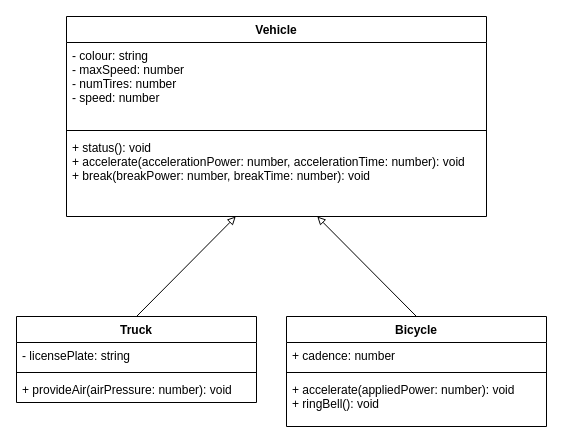
Above: topdown.drawio in devin-jhu/ics4u-unit2-08-typescript (draw.io), before the change. Source tidied: cells renumbered, new cells numbered last; positions are measured from the earlier drawing's top-left corner, leaving out a move shared by most shapes. Both pictures are drawn from the tidied source at 100%, with x=0, y=0 at pixel (16, 16).
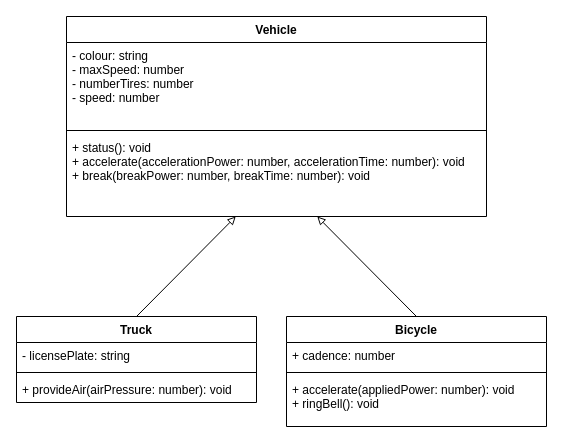
The same page after the edit.

Diff of the diagram source:
```diff
@@
 <mxGraphModel>
   <root>
     <mxCell id="0" />
     <mxCell id="1" parent="0" />
     <mxCell id="2" value="Vehicle" style="swimlane;fontStyle=1;align=center;verticalAlign=top;horizontal=1;startSize=26;" parent="1" vertex="1">
       <mxGeometry x="50" width="420" height="200" as="geometry" />
     </mxCell>
-    <mxCell id="3" value="- colour: string&#10;- maxSpeed: number&#10;- numTires: number&#10;- speed: number" style="text;strokeColor=none;fillColor=none;align=left;verticalAlign=top;spacingLeft=4;spacingRight=4;overflow=hidden;" parent="2" vertex="1">
+    <mxCell id="3" value="- colour: string&#10;- maxSpeed: number&#10;- numberTires: number&#10;- speed: number" style="text;strokeColor=none;fillColor=none;align=left;verticalAlign=top;spacingLeft=4;spacingRight=4;overflow=hidden;" parent="2" vertex="1">
       <mxGeometry y="26" width="420" height="84" as="geometry" />
     </mxCell>
     <mxCell id="4" style="line;strokeWidth=1;fillColor=none;align=left;verticalAlign=middle;spacingTop=-1;spacingLeft=3;spacingRight=3;labelPosition=right;" parent="2" vertex="1">
       <mxGeometry y="110" width="420" height="8" as="geometry" />
     </mxCell>
     <mxCell id="5" value="+ status(): void&#10;+ accelerate(accelerationPower: number, accelerationTime: number): void&#10;+ break(breakPower: number, breakTime: number): void" style="text;strokeColor=none;fillColor=none;align=left;verticalAlign=top;spacingLeft=4;spacingRight=4;overflow=hidden;points=[[0,0.5],[1,0.5]];portConstraint=eastwest;" parent="2" vertex="1">
       <mxGeometry y="118" width="420" height="82" as="geometry" />
     </mxCell>
     <mxCell id="6" style="edgeStyle=none;html=1;exitX=0.5;exitY=0;exitDx=0;exitDy=0;endArrow=block;endFill=0;" parent="1" edge="1" source="7" target="5">
       <mxGeometry relative="1" as="geometry" />
     </mxCell>
     <mxCell id="7" value="Truck" style="swimlane;fontStyle=1;align=center;verticalAlign=top;horizontal=1;startSize=26;" parent="1" vertex="1">
       <mxGeometry y="300" width="240" height="86" as="geometry" />
     </mxCell>
     <mxCell id="8" value="- licensePlate: string" style="text;strokeColor=none;fillColor=none;align=left;verticalAlign=top;spacingLeft=4;spacingRight=4;overflow=hidden;" parent="7" vertex="1">
       <mxGeometry y="26" width="240" height="26" as="geometry" />
     </mxCell>
     <mxCell id="9" style="line;strokeWidth=1;fillColor=none;align=left;verticalAlign=middle;spacingTop=-1;spacingLeft=3;spacingRight=3;labelPosition=right;" parent="7" vertex="1">
       <mxGeometry y="52" width="240" height="8" as="geometry" />
     </mxCell>
     <mxCell id="10" value="+ provideAir(airPressure: number): void" style="text;strokeColor=none;fillColor=none;align=left;verticalAlign=top;spacingLeft=4;spacingRight=4;overflow=hidden;" parent="7" vertex="1">
       <mxGeometry y="60" width="240" height="26" as="geometry" />
     </mxCell>
     <mxCell id="11" style="edgeStyle=none;html=1;exitX=0.5;exitY=0;exitDx=0;exitDy=0;endArrow=block;endFill=0;" parent="1" edge="1" source="12" target="5">
       <mxGeometry relative="1" as="geometry" />
     </mxCell>
     <mxCell id="12" value="Bicycle" style="swimlane;fontStyle=1;align=center;verticalAlign=top;horizontal=1;startSize=26;" parent="1" vertex="1">
       <mxGeometry x="270" y="300" width="260" height="110" as="geometry" />
     </mxCell>
     <mxCell id="13" value="+ cadence: number" style="text;strokeColor=none;fillColor=none;align=left;verticalAlign=top;spacingLeft=4;spacingRight=4;overflow=hidden;" parent="12" vertex="1">
       <mxGeometry y="26" width="260" height="26" as="geometry" />
     </mxCell>
     <mxCell id="14" style="line;strokeWidth=1;fillColor=none;align=left;verticalAlign=middle;spacingTop=-1;spacingLeft=3;spacingRight=3;labelPosition=right;" parent="12" vertex="1">
       <mxGeometry y="52" width="260" height="8" as="geometry" />
     </mxCell>
     <mxCell id="15" value="+ accelerate(appliedPower: number): void&#10;+ ringBell(): void" style="text;strokeColor=none;fillColor=none;align=left;verticalAlign=top;spacingLeft=4;spacingRight=4;overflow=hidden;" parent="12" vertex="1">
       <mxGeometry y="60" width="260" height="50" as="geometry" />
     </mxCell>
   </root>
 </mxGraphModel>
```
